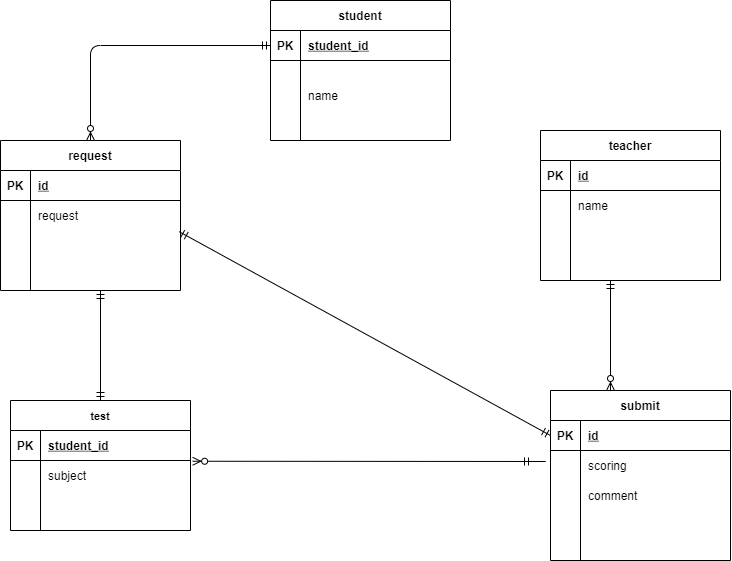
Above: index.drawio.png in kgrkgr/datebase (draw.io), before the change. Source tidied: cells renumbered, new cells last; positions are measured from the earlier drawing's top-left corner, leaving out a move shared by most shapes.
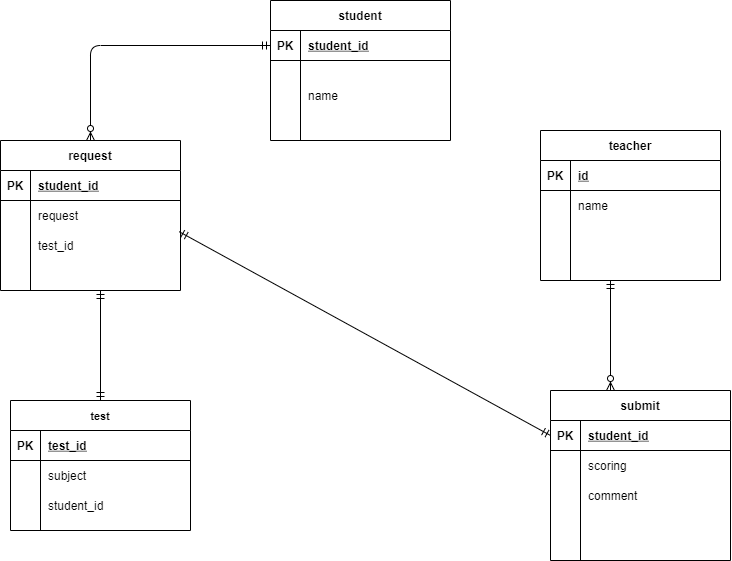
Later version of the same file.

Diff of the diagram source:
```diff
@@ -50,7 +50,7 @@
     <mxCell id="17" value="PK" style="shape=partialRectangle;fillColor=none;top=0;left=0;bottom=0;right=0;fontStyle=1;overflow=hidden;" parent="16" vertex="1">
       <mxGeometry width="30" height="30" as="geometry" />
     </mxCell>
-    <mxCell id="18" value="id" style="shape=partialRectangle;fillColor=none;top=0;left=0;bottom=0;right=0;align=left;spacingLeft=6;fontStyle=5;overflow=hidden;" parent="16" vertex="1">
+    <mxCell id="18" value="student_id" style="shape=partialRectangle;fillColor=none;top=0;left=0;bottom=0;right=0;align=left;spacingLeft=6;fontStyle=5;overflow=hidden;" parent="16" vertex="1">
       <mxGeometry x="30" width="150" height="30" as="geometry" />
     </mxCell>
     <mxCell id="19" style="shape=partialRectangle;fillColor=none;top=0;left=0;bottom=0;right=0;" parent="15" vertex="1">
@@ -98,7 +98,7 @@
     <mxCell id="33" value="PK" style="shape=partialRectangle;fillColor=none;top=0;left=0;bottom=0;right=0;fontStyle=1;overflow=hidden;" parent="32" vertex="1">
       <mxGeometry width="30" height="30" as="geometry" />
     </mxCell>
-    <mxCell id="34" value="student_id" style="shape=partialRectangle;fillColor=none;top=0;left=0;bottom=0;right=0;align=left;spacingLeft=6;fontStyle=5;overflow=hidden;" parent="32" vertex="1">
+    <mxCell id="34" value="test_id" style="shape=partialRectangle;fillColor=none;top=0;left=0;bottom=0;right=0;align=left;spacingLeft=6;fontStyle=5;overflow=hidden;" parent="32" vertex="1">
       <mxGeometry x="30" width="150" height="30" as="geometry" />
     </mxCell>
     <mxCell id="35" style="shape=partialRectangle;fillColor=none;top=0;left=0;bottom=0;right=0;points=[[0,0.5],[1,0.5]];portConstraint=eastwest;" parent="31" vertex="1">
@@ -116,7 +116,7 @@
     <mxCell id="39" style="shape=partialRectangle;fillColor=none;top=0;left=0;bottom=0;right=0;overflow=hidden;" parent="38" vertex="1">
       <mxGeometry width="30" height="30" as="geometry" />
     </mxCell>
-    <mxCell id="40" style="shape=partialRectangle;fillColor=none;top=0;left=0;bottom=0;right=0;align=left;spacingLeft=6;overflow=hidden;" parent="38" vertex="1">
+    <mxCell id="40" value="student_id" style="shape=partialRectangle;fillColor=none;top=0;left=0;bottom=0;right=0;align=left;spacingLeft=6;overflow=hidden;" parent="38" vertex="1">
       <mxGeometry x="30" width="150" height="30" as="geometry" />
     </mxCell>
     <mxCell id="41" value="request" style="shape=table;startSize=30;rowLines=0;fontStyle=1;align=center;" parent="1" vertex="1">
@@ -128,7 +128,7 @@
     <mxCell id="43" value="PK" style="shape=partialRectangle;fillColor=none;top=0;left=0;bottom=0;right=0;fontStyle=1;overflow=hidden;" parent="42" vertex="1">
       <mxGeometry width="30" height="30" as="geometry" />
     </mxCell>
-    <mxCell id="44" value="id" style="shape=partialRectangle;fillColor=none;top=0;left=0;bottom=0;right=0;align=left;spacingLeft=6;fontStyle=5;overflow=hidden;" parent="42" vertex="1">
+    <mxCell id="44" value="student_id" style="shape=partialRectangle;fillColor=none;top=0;left=0;bottom=0;right=0;align=left;spacingLeft=6;fontStyle=5;overflow=hidden;" parent="42" vertex="1">
       <mxGeometry x="30" width="150" height="30" as="geometry" />
     </mxCell>
     <mxCell id="45" style="shape=partialRectangle;fillColor=none;top=0;left=0;bottom=0;right=0;" parent="41" vertex="1">
@@ -146,7 +146,7 @@
     <mxCell id="49" style="shape=partialRectangle;fillColor=none;top=0;left=0;bottom=0;right=0;overflow=hidden;" parent="48" vertex="1">
       <mxGeometry width="30" height="30" as="geometry" />
     </mxCell>
-    <mxCell id="50" style="shape=partialRectangle;fillColor=none;top=0;left=0;bottom=0;right=0;align=left;spacingLeft=6;overflow=hidden;" parent="48" vertex="1">
+    <mxCell id="50" value="test_id" style="shape=partialRectangle;fillColor=none;top=0;left=0;bottom=0;right=0;align=left;spacingLeft=6;overflow=hidden;" parent="48" vertex="1">
       <mxGeometry x="30" width="150" height="30" as="geometry" />
     </mxCell>
     <mxCell id="51" style="shape=partialRectangle;fillColor=none;top=0;left=0;bottom=0;right=0;" parent="41" vertex="1">
@@ -202,11 +202,6 @@
         <mxPoint x="90" y="140" as="targetPoint" />
       </mxGeometry>
     </mxCell>
-    <mxCell id="68" style="edgeStyle=entityRelationEdgeStyle;fontSize=12;html=1;endArrow=ERzeroToMany;startArrow=ERmandOne;entryX=1.012;entryY=0.025;entryDx=0;entryDy=0;entryPerimeter=0;" parent="1" edge="1" target="35">
-      <mxGeometry relative="1" as="geometry">
-        <mxPoint x="520" y="461" as="sourcePoint" />
-      </mxGeometry>
-    </mxCell>
     <mxCell id="69" style="fontSize=12;html=1;endArrow=ERzeroToMany;startArrow=ERmandOne;" parent="1" edge="1">
       <mxGeometry relative="1" as="geometry">
         <mxPoint x="610" y="280" as="sourcePoint" />
```
